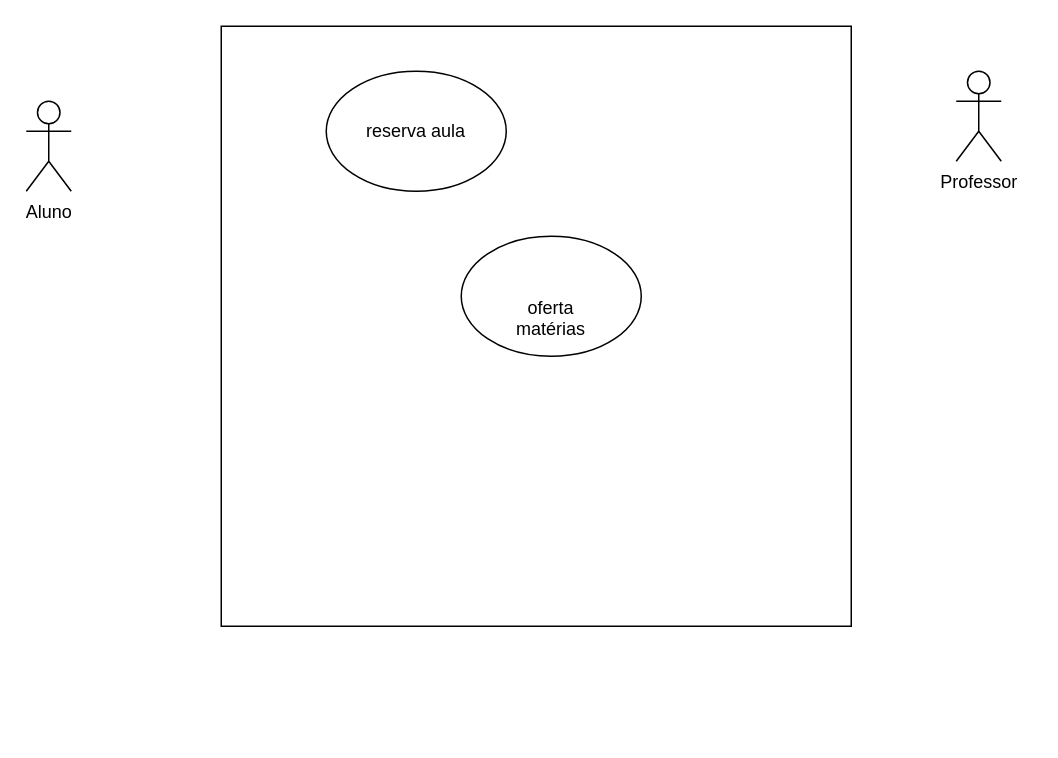
Above: Untitled Diagram.drawio in profcarlos-senai/tcc_2026 (draw.io), before the change. Source tidied: cells renumbered, new cells numbered last; positions are measured from the earlier drawing's top-left corner, leaving out a move shared by most shapes. Both pictures are drawn from the tidied source at 150%, with x=0, y=0 at pixel (26, 26).
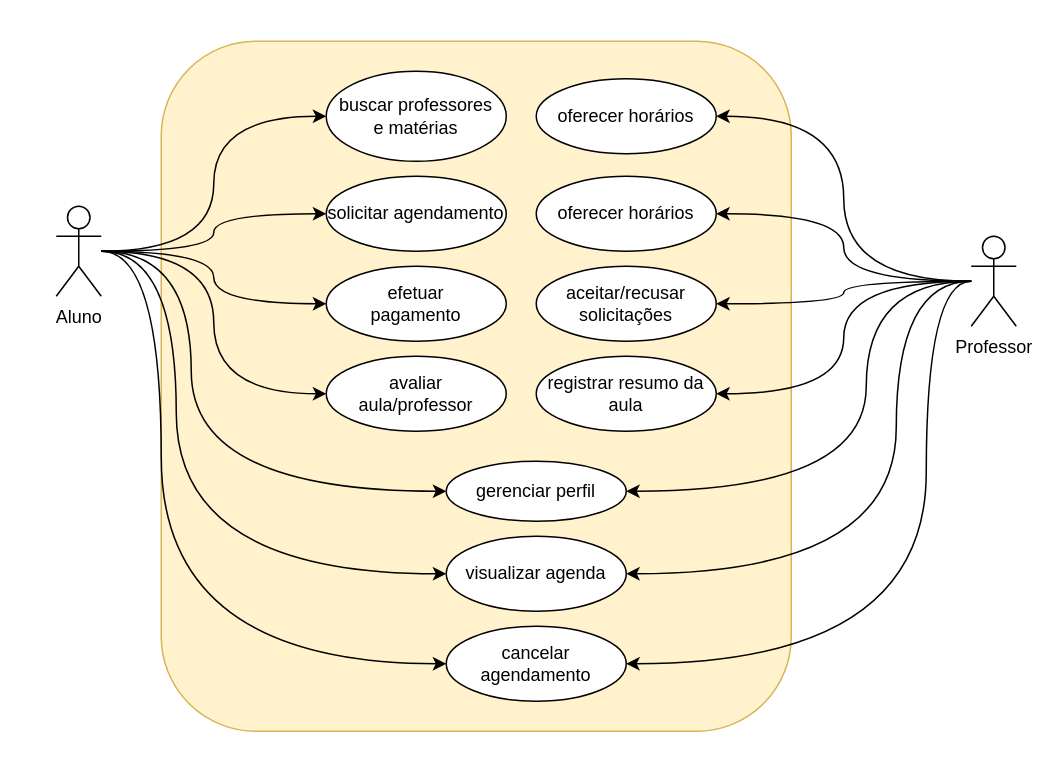
After the change.

Commit message:
aula_particular

What changed in the source:
```diff
@@
-    <mxCell id="2" style="rounded=0;whiteSpace=wrap;html=1;" parent="1" vertex="1">
-      <mxGeometry x="130" width="420" height="400" as="geometry" />
+    <mxCell id="2" style="rounded=1;whiteSpace=wrap;html=1;fillColor=#fff2cc;strokeColor=#d6b656;" parent="1" vertex="1">
+      <mxGeometry x="90" y="10" width="420" height="460" as="geometry" />
     </mxCell>
-    <mxCell id="3" value="reserva aula" style="ellipse;whiteSpace=wrap;html=1;shapeInside=1;" parent="1" vertex="1">
-      <mxGeometry x="200" y="30" width="120" height="80" as="geometry" />
+    <mxCell id="3" value="buscar professores&lt;br&gt;e matérias" style="ellipse;whiteSpace=wrap;html=1;shapeInside=1;rounded=1;" parent="1" vertex="1">
+      <mxGeometry x="200" y="30" width="120" height="60" as="geometry" />
     </mxCell>
+    <mxCell id="7" style="edgeStyle=orthogonalEdgeStyle;rounded=1;jettySize=auto;html=1;entryX=0;entryY=0.5;entryDx=0;entryDy=0;curved=1;" parent="1" edge="1" source="4" target="3">
+      <mxGeometry relative="1" as="geometry" />
+    </mxCell>
+    <mxCell id="8" style="edgeStyle=orthogonalEdgeStyle;rounded=1;jettySize=auto;html=1;entryX=0;entryY=0.5;entryDx=0;entryDy=0;curved=1;" parent="1" edge="1" source="4" target="6">
+      <mxGeometry relative="1" as="geometry" />
+    </mxCell>
+    <mxCell id="9" style="edgeStyle=orthogonalEdgeStyle;rounded=1;jettySize=auto;html=1;entryX=0;entryY=0.5;entryDx=0;entryDy=0;curved=1;" parent="1" edge="1" source="4" target="21">
+      <mxGeometry relative="1" as="geometry" />
+    </mxCell>
+    <mxCell id="10" style="edgeStyle=orthogonalEdgeStyle;rounded=1;jettySize=auto;html=1;entryX=0;entryY=0.5;entryDx=0;entryDy=0;curved=1;" parent="1" edge="1" source="4" target="22">
+      <mxGeometry relative="1" as="geometry" />
+    </mxCell>
+    <mxCell id="11" style="edgeStyle=orthogonalEdgeStyle;shape=connector;curved=1;rounded=1;jettySize=auto;html=1;entryX=0;entryY=0.5;entryDx=0;entryDy=0;strokeColor=default;align=center;verticalAlign=middle;fontFamily=Helvetica;fontSize=11;fontColor=default;labelBackgroundColor=default;endArrow=classic;" parent="1" edge="1" source="4" target="23">
+      <mxGeometry relative="1" as="geometry">
+        <Array as="points">
+          <mxPoint x="110" y="150" />
+          <mxPoint x="110" y="310" />
+        </Array>
+      </mxGeometry>
+    </mxCell>
+    <mxCell id="12" style="edgeStyle=orthogonalEdgeStyle;shape=connector;curved=1;rounded=1;jettySize=auto;html=1;entryX=0;entryY=0.5;entryDx=0;entryDy=0;strokeColor=default;align=center;verticalAlign=middle;fontFamily=Helvetica;fontSize=11;fontColor=default;labelBackgroundColor=default;endArrow=classic;" parent="1" edge="1" source="4" target="24">
+      <mxGeometry relative="1" as="geometry">
+        <Array as="points">
+          <mxPoint x="100" y="150" />
+          <mxPoint x="100" y="365" />
+        </Array>
+      </mxGeometry>
+    </mxCell>
+    <mxCell id="13" style="edgeStyle=orthogonalEdgeStyle;shape=connector;curved=1;rounded=1;jettySize=auto;html=1;entryX=0;entryY=0.5;entryDx=0;entryDy=0;strokeColor=default;align=center;verticalAlign=middle;fontFamily=Helvetica;fontSize=11;fontColor=default;labelBackgroundColor=default;endArrow=classic;" parent="1" edge="1" source="4" target="25">
+      <mxGeometry relative="1" as="geometry">
+        <Array as="points">
+          <mxPoint x="90" y="150" />
+          <mxPoint x="90" y="425" />
+        </Array>
+      </mxGeometry>
+    </mxCell>
-    <mxCell id="4" value="Aluno" style="shape=umlActor;verticalLabelPosition=bottom;verticalAlign=top;html=1;outlineConnect=0;" parent="1" vertex="1">
-      <mxGeometry y="50" width="30" height="60" as="geometry" />
+    <mxCell id="4" value="Aluno" style="shape=umlActor;verticalLabelPosition=bottom;verticalAlign=top;html=1;outlineConnect=0;rounded=1;" parent="1" vertex="1">
+      <mxGeometry x="20" y="120" width="30" height="60" as="geometry" />
     </mxCell>
+    <mxCell id="14" style="edgeStyle=orthogonalEdgeStyle;shape=connector;curved=1;rounded=1;jettySize=auto;html=1;entryX=1;entryY=0.5;entryDx=0;entryDy=0;strokeColor=default;align=center;verticalAlign=middle;fontFamily=Helvetica;fontSize=11;fontColor=default;labelBackgroundColor=default;endArrow=classic;" parent="1" edge="1" source="5" target="26">
+      <mxGeometry relative="1" as="geometry" />
+    </mxCell>
+    <mxCell id="15" style="edgeStyle=orthogonalEdgeStyle;shape=connector;curved=1;rounded=1;jettySize=auto;html=1;entryX=1;entryY=0.5;entryDx=0;entryDy=0;strokeColor=default;align=center;verticalAlign=middle;fontFamily=Helvetica;fontSize=11;fontColor=default;labelBackgroundColor=default;endArrow=classic;" parent="1" edge="1" source="5" target="27">
+      <mxGeometry relative="1" as="geometry" />
+    </mxCell>
+    <mxCell id="16" style="edgeStyle=orthogonalEdgeStyle;shape=connector;curved=1;rounded=1;jettySize=auto;html=1;entryX=1;entryY=0.5;entryDx=0;entryDy=0;strokeColor=default;align=center;verticalAlign=middle;fontFamily=Helvetica;fontSize=11;fontColor=default;labelBackgroundColor=default;endArrow=classic;" parent="1" edge="1" source="5" target="28">
+      <mxGeometry relative="1" as="geometry" />
+    </mxCell>
+    <mxCell id="17" style="edgeStyle=orthogonalEdgeStyle;shape=connector;curved=1;rounded=1;jettySize=auto;html=1;entryX=1;entryY=0.5;entryDx=0;entryDy=0;strokeColor=default;align=center;verticalAlign=middle;fontFamily=Helvetica;fontSize=11;fontColor=default;labelBackgroundColor=default;endArrow=classic;" parent="1" edge="1" source="5" target="29">
+      <mxGeometry relative="1" as="geometry" />
+    </mxCell>
+    <mxCell id="18" style="edgeStyle=orthogonalEdgeStyle;shape=connector;curved=1;rounded=1;jettySize=auto;html=1;entryX=1;entryY=0.5;entryDx=0;entryDy=0;strokeColor=default;align=center;verticalAlign=middle;fontFamily=Helvetica;fontSize=11;fontColor=default;labelBackgroundColor=default;endArrow=classic;" parent="1" edge="1" source="5" target="23">
+      <mxGeometry relative="1" as="geometry">
+        <Array as="points">
+          <mxPoint x="560" y="170" />
+          <mxPoint x="560" y="310" />
+        </Array>
+      </mxGeometry>
+    </mxCell>
+    <mxCell id="19" style="edgeStyle=orthogonalEdgeStyle;shape=connector;curved=1;rounded=1;jettySize=auto;html=1;entryX=1;entryY=0.5;entryDx=0;entryDy=0;strokeColor=default;align=center;verticalAlign=middle;fontFamily=Helvetica;fontSize=11;fontColor=default;labelBackgroundColor=default;endArrow=classic;" parent="1" edge="1" source="5" target="24">
+      <mxGeometry relative="1" as="geometry">
+        <Array as="points">
+          <mxPoint x="580" y="170" />
+          <mxPoint x="580" y="365" />
+        </Array>
+      </mxGeometry>
+    </mxCell>
+    <mxCell id="20" style="edgeStyle=orthogonalEdgeStyle;shape=connector;curved=1;rounded=1;jettySize=auto;html=1;entryX=1;entryY=0.5;entryDx=0;entryDy=0;strokeColor=default;align=center;verticalAlign=middle;fontFamily=Helvetica;fontSize=11;fontColor=default;labelBackgroundColor=default;endArrow=classic;" parent="1" edge="1" source="5" target="25">
+      <mxGeometry relative="1" as="geometry">
+        <Array as="points">
+          <mxPoint x="600" y="170" />
+          <mxPoint x="600" y="425" />
+        </Array>
+      </mxGeometry>
+    </mxCell>
-    <mxCell id="5" value="&lt;div&gt;Professor&lt;/div&gt;" style="shape=umlActor;verticalLabelPosition=bottom;verticalAlign=top;html=1;outlineConnect=0;" parent="1" vertex="1">
-      <mxGeometry x="620" y="30" width="30" height="60" as="geometry" />
+    <mxCell id="5" value="&lt;div&gt;Professor&lt;/div&gt;" style="shape=umlActor;verticalLabelPosition=bottom;verticalAlign=top;html=1;outlineConnect=0;rounded=1;" parent="1" vertex="1">
+      <mxGeometry x="630" y="140" width="30" height="60" as="geometry" />
     </mxCell>
-    <mxCell id="6" value="&lt;div&gt;&lt;br&gt;&lt;/div&gt;&lt;div&gt;&lt;br&gt;&lt;/div&gt;&lt;div&gt;oferta&lt;br&gt;matérias&lt;/div&gt;" style="ellipse;whiteSpace=wrap;html=1;shapeInside=1;" parent="1" vertex="1">
-      <mxGeometry x="290" y="140" width="120" height="80" as="geometry" />
+    <mxCell id="6" value="solicitar agendamento" style="ellipse;whiteSpace=wrap;html=1;shapeInside=1;rounded=1;" parent="1" vertex="1">
+      <mxGeometry x="200" y="100" width="120" height="50" as="geometry" />
     </mxCell>
+    <mxCell id="21" value="efetuar&lt;br&gt;pagamento" style="ellipse;whiteSpace=wrap;html=1;shapeInside=1;rounded=1;" parent="1" vertex="1">
+      <mxGeometry x="200" y="160" width="120" height="50" as="geometry" />
+    </mxCell>
+    <mxCell id="22" value="avaliar&lt;br&gt;aula/professor" style="ellipse;whiteSpace=wrap;html=1;shapeInside=1;rounded=1;" parent="1" vertex="1">
+      <mxGeometry x="200" y="220" width="120" height="50" as="geometry" />
+    </mxCell>
+    <mxCell id="23" value="gerenciar perfil" style="ellipse;whiteSpace=wrap;html=1;shapeInside=1;rounded=1;" parent="1" vertex="1">
+      <mxGeometry x="280" y="290" width="120" height="40" as="geometry" />
+    </mxCell>
+    <mxCell id="24" value="visualizar agenda" style="ellipse;whiteSpace=wrap;html=1;shapeInside=1;rounded=1;" parent="1" vertex="1">
+      <mxGeometry x="280" y="340" width="120" height="50" as="geometry" />
+    </mxCell>
+    <mxCell id="25" value="cancelar agendamento" style="ellipse;whiteSpace=wrap;html=1;shapeInside=1;rounded=1;" parent="1" vertex="1">
+      <mxGeometry x="280" y="400" width="120" height="50" as="geometry" />
+    </mxCell>
+    <mxCell id="26" value="oferecer horários" style="ellipse;whiteSpace=wrap;html=1;shapeInside=1;rounded=1;" parent="1" vertex="1">
+      <mxGeometry x="340" y="35" width="120" height="50" as="geometry" />
+    </mxCell>
+    <mxCell id="27" value="oferecer horários" style="ellipse;whiteSpace=wrap;html=1;shapeInside=1;rounded=1;" parent="1" vertex="1">
+      <mxGeometry x="340" y="100" width="120" height="50" as="geometry" />
+    </mxCell>
+    <mxCell id="28" value="aceitar/recusar solicitações" style="ellipse;whiteSpace=wrap;html=1;shapeInside=1;rounded=1;" parent="1" vertex="1">
+      <mxGeometry x="340" y="160" width="120" height="50" as="geometry" />
+    </mxCell>
+    <mxCell id="29" value="registrar resumo da aula" style="ellipse;whiteSpace=wrap;html=1;shapeInside=1;rounded=1;" parent="1" vertex="1">
+      <mxGeometry x="340" y="220" width="120" height="50" as="geometry" />
+    </mxCell>
```
